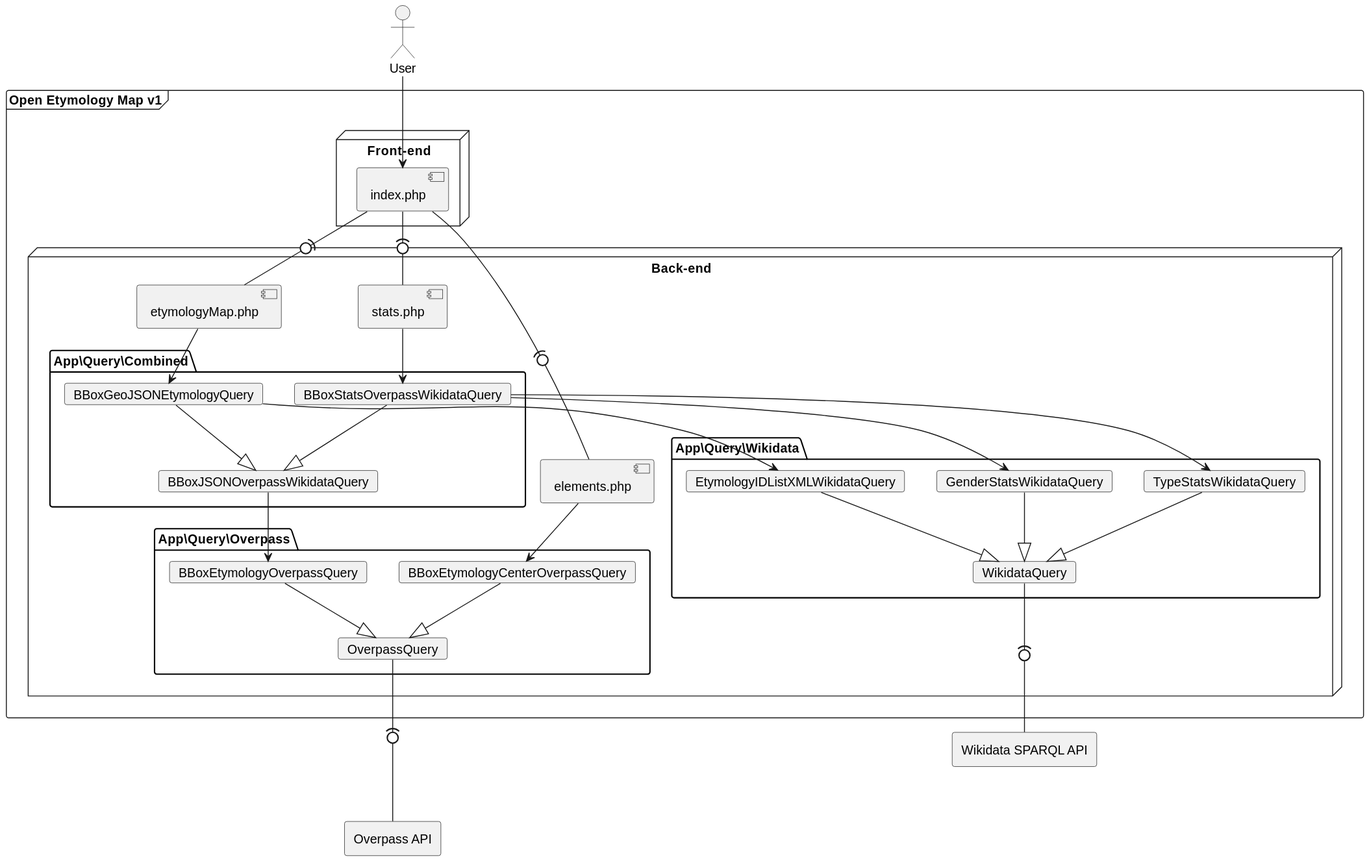
Danysan1/osm-wikidata-map-framework keeps this PlantUML diagram as images/v1.svg. Above is the earlier version.
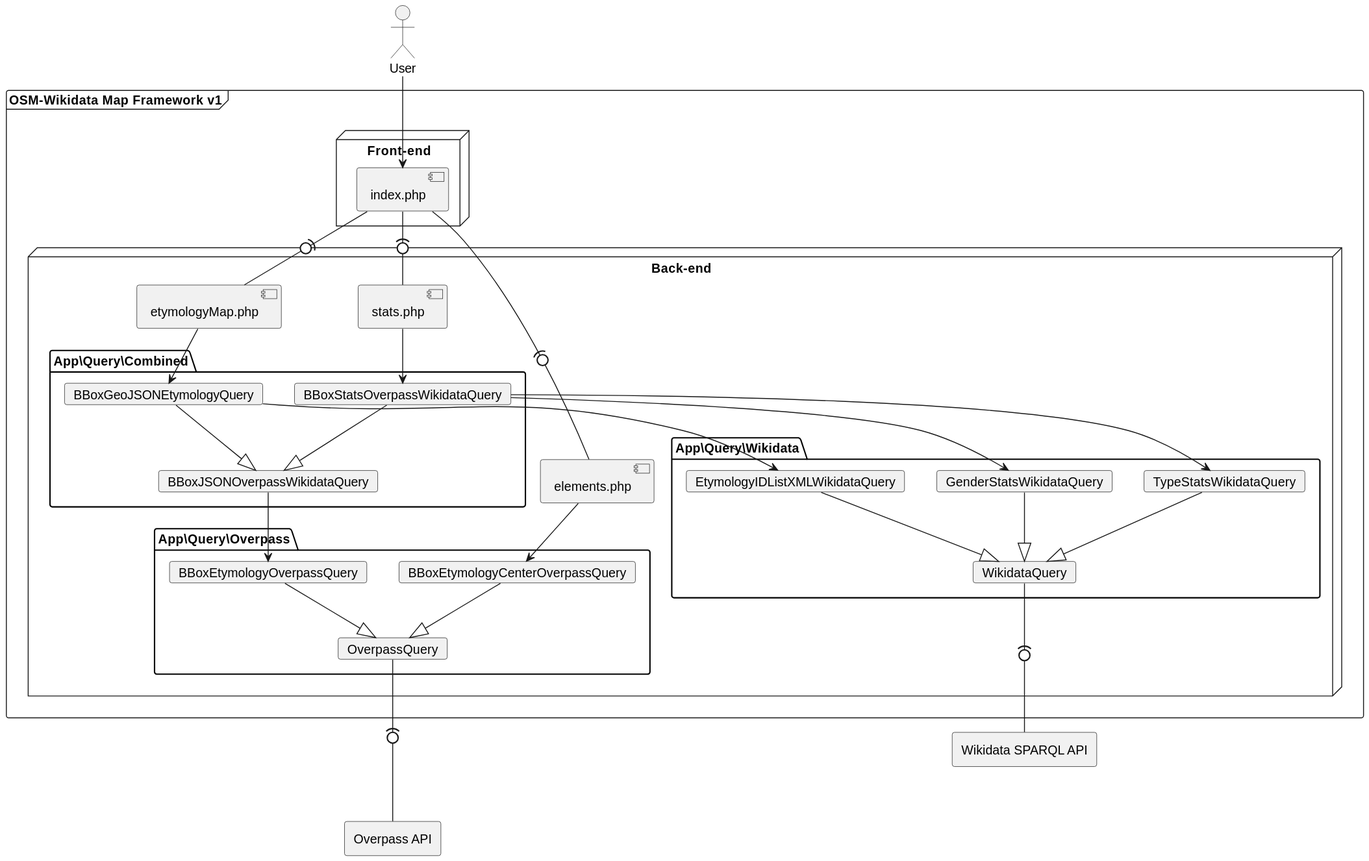
The same diagram one commit later.

Diff of the diagram source:
```diff
@@ -1,7 +1,7 @@
 @startuml v1
 
 actor user as "User"
-frame oem as "Open Etymology Map v1" {
+frame oem as "OSM-Wikidata Map Framework v1" {
     node "Front-end" {
         component index as "index.php"
     }
```
